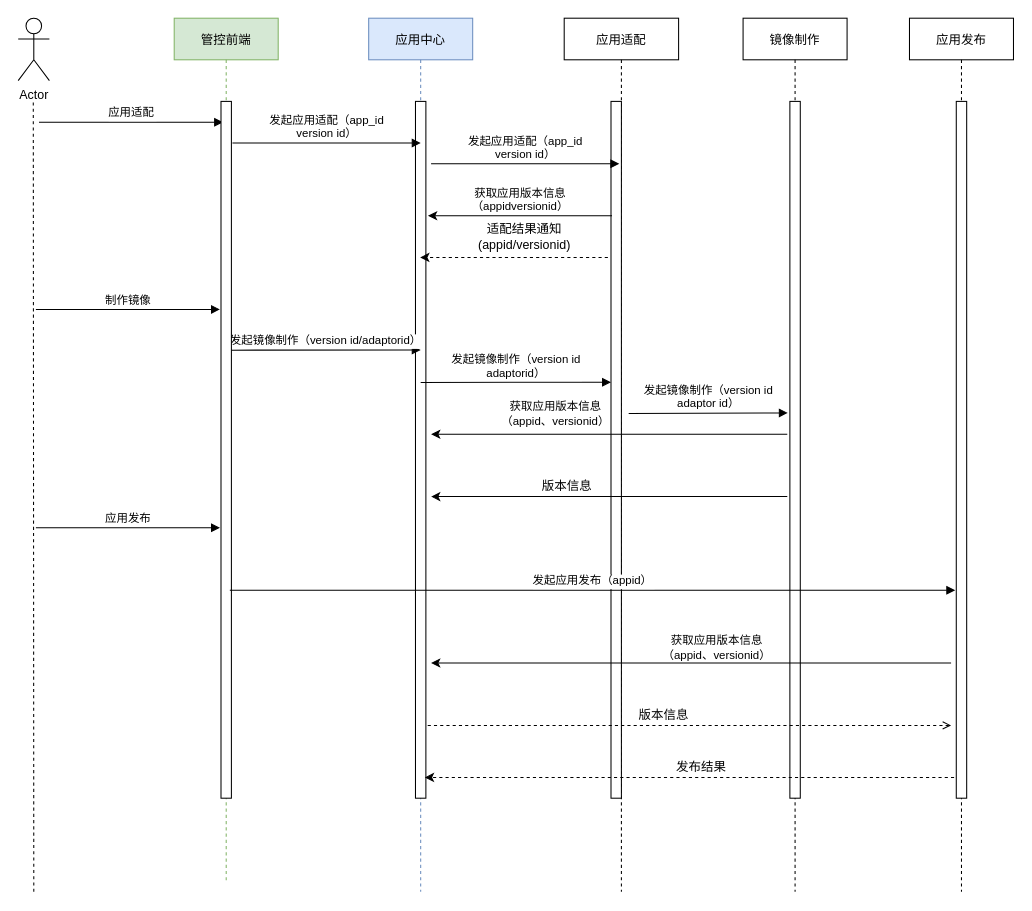
This is paas-app-distribute.drawio from chenkangzeng/appstreaming, a draw.io file, before an edit. Source tidied: cells renumbered, new cells numbered last; positions are measured from the earlier drawing's top-left corner, leaving out a move shared by most shapes. Both pictures are drawn from the tidied source at 104%, with x=0, y=0 at pixel (18, 18).
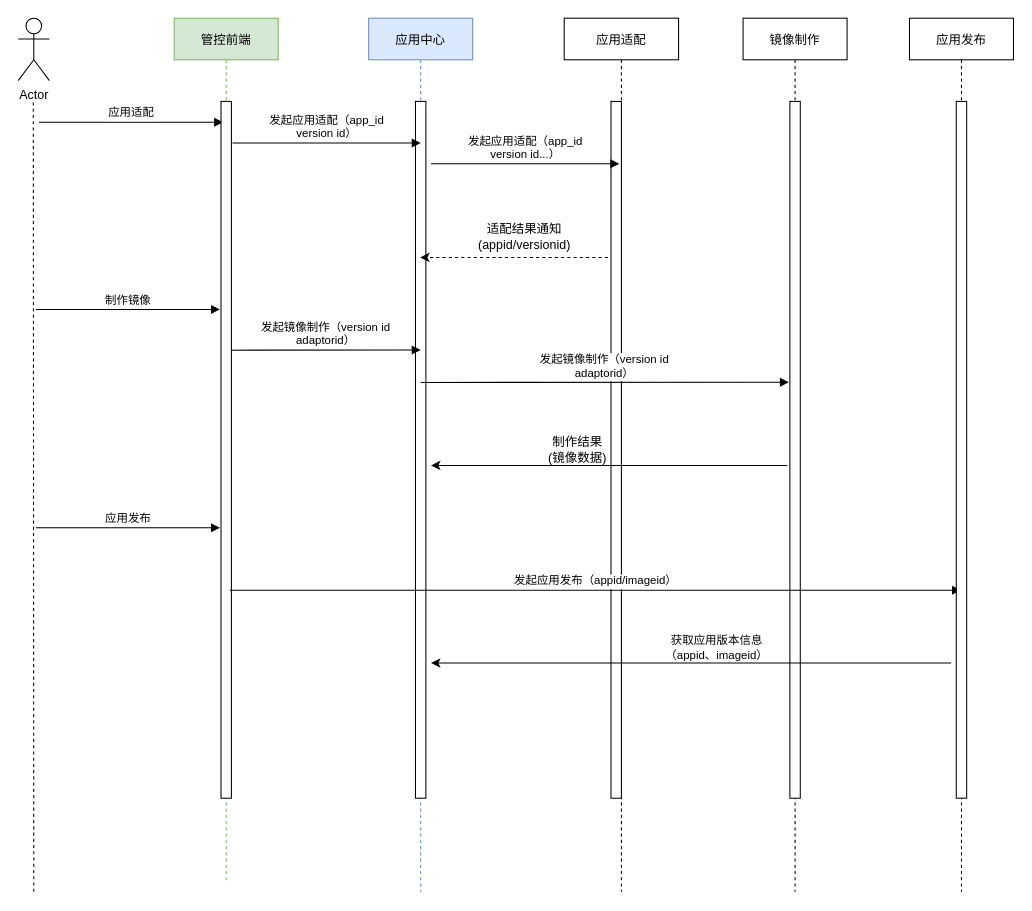
The same diagram, later.

The change refers to these unchanged cells:
```xml
<mxCell id="9" style="points=[];perimeter=orthogonalPerimeter;rounded=0;shadow=0;strokeWidth=1;" parent="8" vertex="1">
  <mxGeometry x="45" y="80" width="10" height="670" as="geometry" />
</mxCell>
<mxCell id="15" style="points=[];perimeter=orthogonalPerimeter;rounded=0;shadow=0;strokeWidth=1;" parent="14" vertex="1">
  <mxGeometry x="45" y="80" width="10" height="670" as="geometry" />
</mxCell>
<mxCell id="22" value="应用发布" style="shape=umlLifeline;perimeter=lifelinePerimeter;rounded=0;shadow=0;strokeWidth=1;" parent="1" vertex="1">
  <mxGeometry x="857" width="100" height="840" as="geometry" />
</mxCell>
```

What changed in the source:
```diff
@@
-    <mxCell id="13" value="发起镜像制作（version id/adaptorid）" style="verticalAlign=bottom;endArrow=block;shadow=0;strokeWidth=1;exitX=0.9;exitY=0.357;exitDx=0;exitDy=0;exitPerimeter=0;" parent="1" edge="1" source="15">
+    <mxCell id="13" value="发起镜像制作（version id&#10;adaptorid）" style="verticalAlign=bottom;endArrow=block;shadow=0;strokeWidth=1;exitX=0.9;exitY=0.357;exitDx=0;exitDy=0;exitPerimeter=0;" parent="1" edge="1" source="15">
       <mxGeometry relative="1" as="geometry">
         <mxPoint x="387" y="319" as="targetPoint" />
       </mxGeometry>
     </mxCell>
@@
-    <mxCell id="18" style="endArrow=classic;html=1;" parent="1" edge="1">
-      <mxGeometry relative="1" as="geometry">
-        <mxPoint x="739.5" y="400" as="sourcePoint" />
-        <mxPoint x="397" y="400" as="targetPoint" />
-      </mxGeometry>
-    </mxCell>
-    <mxCell id="19" value="版本信息" style="text;html=1;strokeColor=none;fillColor=none;align=center;verticalAlign=middle;whiteSpace=wrap;rounded=0;" parent="1" vertex="1">
-      <mxGeometry x="497" y="440" width="62" height="20" as="geometry" />
+    <mxCell id="19" value="制作结果&lt;br&gt;(镜像数据)" style="text;html=1;strokeColor=none;fillColor=none;align=center;verticalAlign=middle;whiteSpace=wrap;rounded=0;" parent="1" vertex="1">
+      <mxGeometry x="507" y="405" width="62" height="20" as="geometry" />
     </mxCell>
@@
-    <mxCell id="21" value="发起应用发布（appid）" style="verticalAlign=bottom;endArrow=block;shadow=0;strokeWidth=1;" parent="1" edge="1">
+    <mxCell id="21" value="发起应用发布（appid/imageid）" style="verticalAlign=bottom;endArrow=block;shadow=0;strokeWidth=1;" parent="1" edge="1" target="22">
       <mxGeometry relative="1" as="geometry">
         <mxPoint x="203.5" y="550" as="sourcePoint" />
-        <mxPoint x="901" y="550" as="targetPoint" />
       </mxGeometry>
     </mxCell>
@@
-    <mxCell id="24" style="endArrow=classic;html=1;dashed=1;startArrow=none;startFill=0;endFill=1;" parent="1" edge="1">
-      <mxGeometry relative="1" as="geometry">
-        <mxPoint x="899.9" y="730" as="sourcePoint" />
-        <mxPoint x="391" y="730" as="targetPoint" />
-      </mxGeometry>
-    </mxCell>
-    <mxCell id="25" value="发布结果" style="text;html=1;strokeColor=none;fillColor=none;align=center;verticalAlign=middle;whiteSpace=wrap;rounded=0;" parent="1" vertex="1">
-      <mxGeometry x="597" y="710" width="120" height="20" as="geometry" />
-    </mxCell>
@@
-    <mxCell id="27" value="&lt;span style=&quot;font-size: 11px ; background-color: rgb(255 , 255 , 255)&quot;&gt;获取应用版本信息&lt;/span&gt;&lt;br style=&quot;padding: 0px ; margin: 0px ; font-size: 11px&quot;&gt;&lt;span style=&quot;font-size: 11px ; background-color: rgb(255 , 255 , 255)&quot;&gt;（appid、versionid）&lt;/span&gt;" style="text;html=1;strokeColor=none;fillColor=none;align=center;verticalAlign=middle;whiteSpace=wrap;rounded=0;" parent="1" vertex="1">
+    <mxCell id="27" value="&lt;span style=&quot;font-size: 11px ; background-color: rgb(255 , 255 , 255)&quot;&gt;获取应用版本信息&lt;/span&gt;&lt;br style=&quot;padding: 0px ; margin: 0px ; font-size: 11px&quot;&gt;&lt;span style=&quot;font-size: 11px ; background-color: rgb(255 , 255 , 255)&quot;&gt;（appid、imageid）&lt;/span&gt;" style="text;html=1;strokeColor=none;fillColor=none;align=center;verticalAlign=middle;whiteSpace=wrap;rounded=0;" parent="1" vertex="1">
       <mxGeometry x="597" y="600" width="150" height="10" as="geometry" />
     </mxCell>
-    <mxCell id="28" value="获取应用版本信息&#10;（appidversionid）" style="verticalAlign=bottom;endArrow=none;shadow=0;strokeWidth=1;startArrow=classic;startFill=1;endFill=0;" parent="1" edge="1">
-      <mxGeometry relative="1" as="geometry">
-        <mxPoint x="394" y="190" as="sourcePoint" />
-        <mxPoint x="571" y="190" as="targetPoint" />
-      </mxGeometry>
-    </mxCell>
-    <mxCell id="29" value="&lt;span style=&quot;font-size: 11px ; background-color: rgb(255 , 255 , 255)&quot;&gt;获取应用版本信息&lt;/span&gt;&lt;br style=&quot;padding: 0px ; margin: 0px ; font-size: 11px&quot;&gt;&lt;span style=&quot;font-size: 11px ; background-color: rgb(255 , 255 , 255)&quot;&gt;（appid、versionid）&lt;/span&gt;" style="text;html=1;strokeColor=none;fillColor=none;align=center;verticalAlign=middle;whiteSpace=wrap;rounded=0;" parent="1" vertex="1">
-      <mxGeometry x="447" y="370" width="140" height="20" as="geometry" />
-    </mxCell>
-    <mxCell id="30" style="endArrow=none;html=1;dashed=1;startArrow=open;startFill=0;endFill=0;" parent="1" edge="1">
-      <mxGeometry relative="1" as="geometry">
-        <mxPoint x="897" y="680" as="sourcePoint" />
-        <mxPoint x="392.2" y="680" as="targetPoint" />
-      </mxGeometry>
-    </mxCell>
-    <mxCell id="31" value="版本信息" style="text;html=1;strokeColor=none;fillColor=none;align=center;verticalAlign=middle;whiteSpace=wrap;rounded=0;" parent="1" vertex="1">
-      <mxGeometry x="590" y="660" width="62" height="20" as="geometry" />
-    </mxCell>
-    <mxCell id="32" value="发起应用适配（app_id&#10;version id）" style="verticalAlign=bottom;endArrow=block;shadow=0;strokeWidth=1;" parent="1" edge="1">
+    <mxCell id="32" value="发起应用适配（app_id&#10;version id...）" style="verticalAlign=bottom;endArrow=block;shadow=0;strokeWidth=1;" parent="1" edge="1">
       <mxGeometry relative="1" as="geometry">
         <mxPoint x="397" y="140" as="sourcePoint" />
         <mxPoint x="578" y="140" as="targetPoint" />
       </mxGeometry>
     </mxCell>
-    <mxCell id="33" value="发起镜像制作（version id&#10;adaptorid）" style="verticalAlign=bottom;endArrow=block;shadow=0;strokeWidth=1;exitX=0.9;exitY=0.357;exitDx=0;exitDy=0;exitPerimeter=0;" parent="1" edge="1">
+    <mxCell id="33" value="发起镜像制作（version id&#10;adaptorid）" style="verticalAlign=bottom;endArrow=block;shadow=0;strokeWidth=1;exitX=0.9;exitY=0.357;exitDx=0;exitDy=0;exitPerimeter=0;entryX=-0.1;entryY=0.403;entryDx=0;entryDy=0;entryPerimeter=0;" parent="1" edge="1" target="9">
       <mxGeometry relative="1" as="geometry">
         <mxPoint x="387" y="350.2" as="sourcePoint" />
-        <mxPoint x="570" y="350" as="targetPoint" />
       </mxGeometry>
     </mxCell>
-    <mxCell id="34" value="发起镜像制作（version id&#10;adaptor id）" style="verticalAlign=bottom;endArrow=block;shadow=0;strokeWidth=1;exitX=1;exitY=0.5;exitDx=0;exitDy=0;" parent="1" edge="1" source="29">
-      <mxGeometry relative="1" as="geometry">
-        <mxPoint x="740" y="379.5" as="targetPoint" />
-      </mxGeometry>
-    </mxCell>
     <mxCell id="35" style="endArrow=classic;html=1;" parent="1" edge="1">
       <mxGeometry relative="1" as="geometry">
-        <mxPoint x="739.5" y="460" as="sourcePoint" />
-        <mxPoint x="397" y="460" as="targetPoint" />
+        <mxPoint x="739.5" y="430" as="sourcePoint" />
+        <mxPoint x="397" y="430" as="targetPoint" />
       </mxGeometry>
     </mxCell>
```
